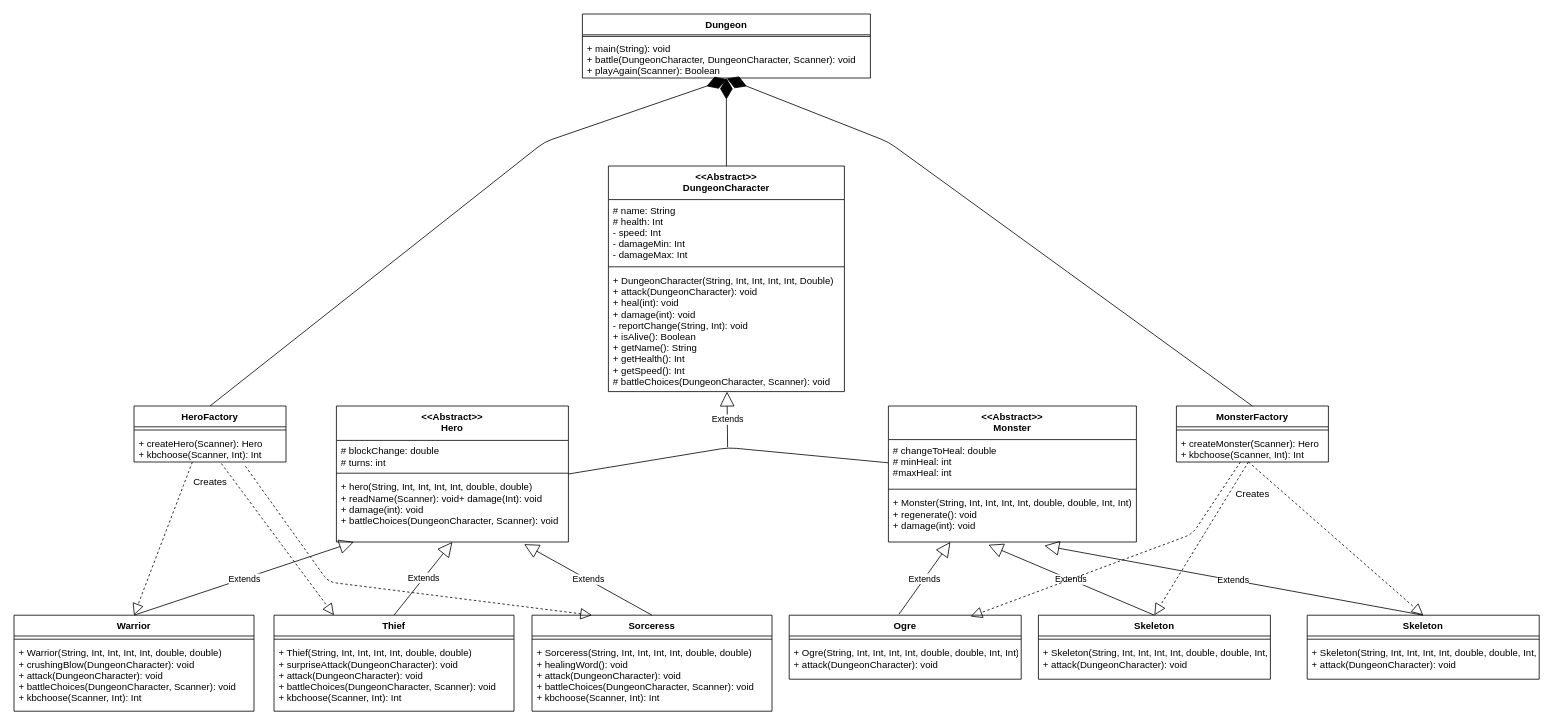
Before: Dungeon_UML.drawio in RaikiriR/designpatterns, a draw.io diagram. Source tidied: cells renumbered, new cells numbered last; positions are measured from the earlier drawing's top-left corner, leaving out a move shared by most shapes. Both pictures are drawn from the tidied source at 80%, with x=0, y=0 at pixel (14, 14).
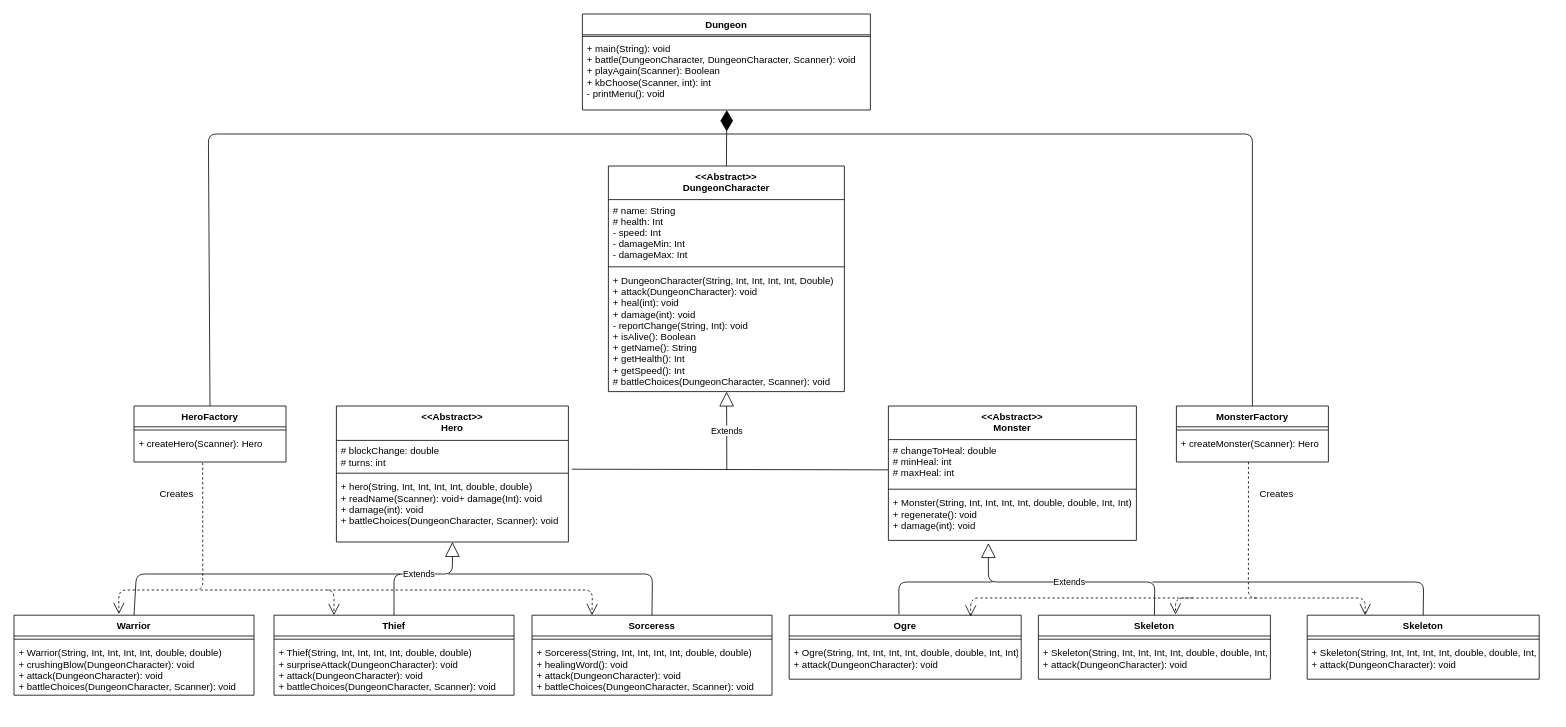
The same diagram, later.

Unchanged cells that the change refers to:
```xml
<mxCell id="5" value="&lt;&lt;Abstract&gt;&gt;&#10;DungeonCharacter" style="swimlane;fontStyle=1;align=center;verticalAlign=top;horizontal=1;startSize=42;" parent="1" vertex="1">
  <mxGeometry x="743" y="190" width="295" height="282" as="geometry" />
</mxCell>
<mxCell id="8" value="+ DungeonCharacter(String, Int, Int, Int, Int, Double)&#10;+ attack(DungeonCharacter): void&#10;+ heal(int): void&#10;+ damage(int): void&#10;- reportChange(String, Int): void&#10;+ isAlive(): Boolean&#10;+ getName(): String&#10;+ getHealth(): Int&#10;+ getSpeed(): Int&#10;# battleChoices(DungeonCharacter, Scanner): void&#10;" style="text;strokeColor=none;fillColor=none;align=left;verticalAlign=top;spacingLeft=4;spacingRight=4;overflow=hidden;points=[[0,0.5],[1,0.5]];portConstraint=eastwest;" parent="5" vertex="1">
  <mxGeometry y="130" width="295" height="152" as="geometry" />
</mxCell>
<mxCell id="9" value="&lt;&lt;Abstract&gt;&gt;&#10;Hero" style="swimlane;fontStyle=1;align=center;verticalAlign=top;horizontal=1;startSize=43;" parent="1" vertex="1">
  <mxGeometry x="403" y="490" width="290" height="170" as="geometry" />
</mxCell>
<mxCell id="10" value="# blockChange: double&#10;# turns: int&#10;" style="text;strokeColor=none;fillColor=none;align=left;verticalAlign=top;spacingLeft=4;spacingRight=4;overflow=hidden;points=[[0,0.5],[1,0.5]];portConstraint=eastwest;" parent="9" vertex="1">
  <mxGeometry y="43" width="290" height="37" as="geometry" />
</mxCell>
<mxCell id="12" value="+ hero(String, Int, Int, Int, Int, double, double)&#10;+ readName(Scanner): void+ damage(Int): void&#10;+ damage(int): void&#10;+ battleChoices(DungeonCharacter, Scanner): void&#10;" style="text;strokeColor=none;fillColor=none;align=left;verticalAlign=top;spacingLeft=4;spacingRight=4;overflow=hidden;points=[[0,0.5],[1,0.5]];portConstraint=eastwest;" parent="9" vertex="1">
  <mxGeometry y="88" width="290" height="82" as="geometry" />
</mxCell>
<mxCell id="26" value="Ogre" style="swimlane;fontStyle=1;align=center;verticalAlign=top;horizontal=1;startSize=26;" parent="1" vertex="1">
  <mxGeometry x="969" y="751.5" width="290" height="80" as="geometry" />
</mxCell>
<mxCell id="29" value="Skeleton" style="swimlane;fontStyle=1;align=center;verticalAlign=top;horizontal=1;startSize=26;" parent="1" vertex="1">
  <mxGeometry x="1280.5" y="751.5" width="290" height="80" as="geometry" />
</mxCell>
<mxCell id="32" value="Skeleton" style="swimlane;fontStyle=1;align=center;verticalAlign=top;horizontal=1;startSize=26;" parent="1" vertex="1">
  <mxGeometry x="1616.5" y="751.5" width="290" height="80" as="geometry" />
</mxCell>
<mxCell id="35" value="HeroFactory" style="swimlane;fontStyle=1;align=center;verticalAlign=top;horizontal=1;startSize=26;" parent="1" vertex="1">
  <mxGeometry x="150" y="490" width="190" height="70" as="geometry" />
</mxCell>
<mxCell id="38" value="MonsterFactory" style="swimlane;fontStyle=1;align=center;verticalAlign=top;horizontal=1;startSize=26;" parent="1" vertex="1">
  <mxGeometry x="1453" y="490" width="190" height="70" as="geometry" />
</mxCell>
```

What changed in the source:
```diff
@@
     <mxCell id="2" value="Dungeon" style="swimlane;fontStyle=1;align=center;verticalAlign=top;horizontal=1;startSize=26;" parent="1" vertex="1">
-      <mxGeometry x="710.5" width="360" height="80" as="geometry" />
+      <mxGeometry x="710.5" width="360" height="120" as="geometry" />
     </mxCell>
@@
-    <mxCell id="4" value="+ main(String): void&#10;+ battle(DungeonCharacter, DungeonCharacter, Scanner): void&#10;+ playAgain(Scanner): Boolean" style="text;strokeColor=none;fillColor=none;align=left;verticalAlign=top;spacingLeft=4;spacingRight=4;overflow=hidden;" parent="2" vertex="1">
-      <mxGeometry y="30" width="360" height="50" as="geometry" />
+    <mxCell id="4" value="+ main(String): void&#10;+ battle(DungeonCharacter, DungeonCharacter, Scanner): void&#10;+ playAgain(Scanner): Boolean&#10;+ kbChoose(Scanner, int): int&#10;- printMenu(): void&#10;" style="text;strokeColor=none;fillColor=none;align=left;verticalAlign=top;spacingLeft=4;spacingRight=4;overflow=hidden;" parent="2" vertex="1">
+      <mxGeometry y="30" width="360" height="90" as="geometry" />
     </mxCell>
@@
     <mxCell id="13" value="&lt;&lt;Abstract&gt;&gt;&#10;Monster" style="swimlane;fontStyle=1;align=center;verticalAlign=top;horizontal=1;startSize=42;" parent="1" vertex="1">
-      <mxGeometry x="1093" y="490" width="310" height="170" as="geometry" />
+      <mxGeometry x="1093" y="490" width="310" height="168" as="geometry" />
     </mxCell>
-    <mxCell id="14" value="# changeToHeal: double&#10;# minHeal: int&#10;#maxHeal: int&#10;" style="text;strokeColor=none;fillColor=none;align=left;verticalAlign=top;spacingLeft=4;spacingRight=4;overflow=hidden;points=[[0,0.5],[1,0.5]];portConstraint=eastwest;" parent="13" vertex="1">
+    <mxCell id="14" value="# changeToHeal: double&#10;# minHeal: int&#10;# maxHeal: int&#10;" style="text;strokeColor=none;fillColor=none;align=left;verticalAlign=top;spacingLeft=4;spacingRight=4;overflow=hidden;points=[[0,0.5],[1,0.5]];portConstraint=eastwest;" parent="13" vertex="1">
       <mxGeometry y="42" width="310" height="58" as="geometry" />
     </mxCell>
@@
     <mxCell id="16" value="+ Monster(String, Int, Int, Int, Int, double, double, Int, Int)&#10;+ regenerate(): void&#10;+ damage(int): void&#10;" style="text;strokeColor=none;fillColor=none;align=left;verticalAlign=top;spacingLeft=4;spacingRight=4;overflow=hidden;points=[[0,0.5],[1,0.5]];portConstraint=eastwest;" parent="13" vertex="1">
-      <mxGeometry y="108" width="310" height="62" as="geometry" />
+      <mxGeometry y="108" width="310" height="60" as="geometry" />
     </mxCell>
     <mxCell id="17" value="Warrior" style="swimlane;fontStyle=1;align=center;verticalAlign=top;horizontal=1;startSize=26;" parent="1" vertex="1">
-      <mxGeometry y="751.5" width="300" height="120" as="geometry" />
+      <mxGeometry y="751.5" width="300" height="100" as="geometry" />
     </mxCell>
@@
-    <mxCell id="19" value="+ Warrior(String, Int, Int, Int, Int, double, double)&#10;+ crushingBlow(DungeonCharacter): void&#10;+ attack(DungeonCharacter): void&#10;+ battleChoices(DungeonCharacter, Scanner): void&#10;+ kbchoose(Scanner, Int): Int&#10;" style="text;strokeColor=none;fillColor=none;align=left;verticalAlign=top;spacingLeft=4;spacingRight=4;overflow=hidden;" parent="17" vertex="1">
-      <mxGeometry y="34" width="300" height="86" as="geometry" />
+    <mxCell id="19" value="+ Warrior(String, Int, Int, Int, Int, double, double)&#10;+ crushingBlow(DungeonCharacter): void&#10;+ attack(DungeonCharacter): void&#10;+ battleChoices(DungeonCharacter, Scanner): void&#10;" style="text;strokeColor=none;fillColor=none;align=left;verticalAlign=top;spacingLeft=4;spacingRight=4;overflow=hidden;" parent="17" vertex="1">
+      <mxGeometry y="34" width="300" height="66" as="geometry" />
     </mxCell>
     <mxCell id="20" value="Sorceress" style="swimlane;fontStyle=1;align=center;verticalAlign=top;horizontal=1;startSize=26;" parent="1" vertex="1">
-      <mxGeometry x="647.5" y="751.5" width="300" height="120" as="geometry" />
+      <mxGeometry x="647.5" y="751.5" width="300" height="100" as="geometry" />
     </mxCell>
@@
-    <mxCell id="22" value="+ Sorceress(String, Int, Int, Int, Int, double, double)&#10;+ healingWord(): void&#10;+ attack(DungeonCharacter): void&#10;+ battleChoices(DungeonCharacter, Scanner): void&#10;+ kbchoose(Scanner, Int): Int&#10;" style="text;strokeColor=none;fillColor=none;align=left;verticalAlign=top;spacingLeft=4;spacingRight=4;overflow=hidden;" parent="20" vertex="1">
-      <mxGeometry y="34" width="300" height="86" as="geometry" />
+    <mxCell id="22" value="+ Sorceress(String, Int, Int, Int, Int, double, double)&#10;+ healingWord(): void&#10;+ attack(DungeonCharacter): void&#10;+ battleChoices(DungeonCharacter, Scanner): void&#10;" style="text;strokeColor=none;fillColor=none;align=left;verticalAlign=top;spacingLeft=4;spacingRight=4;overflow=hidden;" parent="20" vertex="1">
+      <mxGeometry y="34" width="300" height="66" as="geometry" />
     </mxCell>
     <mxCell id="23" value="Thief" style="swimlane;fontStyle=1;align=center;verticalAlign=top;horizontal=1;startSize=26;" parent="1" vertex="1">
-      <mxGeometry x="325" y="751.5" width="300" height="120" as="geometry" />
+      <mxGeometry x="325" y="751.5" width="300" height="100" as="geometry" />
     </mxCell>
@@
-    <mxCell id="25" value="+ Thief(String, Int, Int, Int, Int, double, double)&#10;+ surpriseAttack(DungeonCharacter): void&#10;+ attack(DungeonCharacter): void&#10;+ battleChoices(DungeonCharacter, Scanner): void&#10;+ kbchoose(Scanner, Int): Int&#10;" style="text;strokeColor=none;fillColor=none;align=left;verticalAlign=top;spacingLeft=4;spacingRight=4;overflow=hidden;" parent="23" vertex="1">
-      <mxGeometry y="34" width="300" height="86" as="geometry" />
+    <mxCell id="25" value="+ Thief(String, Int, Int, Int, Int, double, double)&#10;+ surpriseAttack(DungeonCharacter): void&#10;+ attack(DungeonCharacter): void&#10;+ battleChoices(DungeonCharacter, Scanner): void&#10;" style="text;strokeColor=none;fillColor=none;align=left;verticalAlign=top;spacingLeft=4;spacingRight=4;overflow=hidden;" parent="23" vertex="1">
+      <mxGeometry y="34" width="300" height="66" as="geometry" />
     </mxCell>
@@
-    <mxCell id="37" value="+ createHero(Scanner): Hero&#10;+ kbchoose(Scanner, Int): Int&#10;" style="text;strokeColor=none;fillColor=none;align=left;verticalAlign=top;spacingLeft=4;spacingRight=4;overflow=hidden;points=[[0,0.5],[1,0.5]];portConstraint=eastwest;" parent="35" vertex="1">
+    <mxCell id="37" value="+ createHero(Scanner): Hero&#10;" style="text;strokeColor=none;fillColor=none;align=left;verticalAlign=top;spacingLeft=4;spacingRight=4;overflow=hidden;points=[[0,0.5],[1,0.5]];portConstraint=eastwest;" parent="35" vertex="1">
       <mxGeometry y="34" width="190" height="36" as="geometry" />
     </mxCell>
@@
-    <mxCell id="40" value="+ createMonster(Scanner): Hero&#10;+ kbchoose(Scanner, Int): Int&#10;" style="text;strokeColor=none;fillColor=none;align=left;verticalAlign=top;spacingLeft=4;spacingRight=4;overflow=hidden;points=[[0,0.5],[1,0.5]];portConstraint=eastwest;" parent="38" vertex="1">
+    <mxCell id="40" value="+ createMonster(Scanner): Hero&#10;" style="text;strokeColor=none;fillColor=none;align=left;verticalAlign=top;spacingLeft=4;spacingRight=4;overflow=hidden;points=[[0,0.5],[1,0.5]];portConstraint=eastwest;" parent="38" vertex="1">
       <mxGeometry y="34" width="190" height="36" as="geometry" />
     </mxCell>
-    <mxCell id="41" style="endArrow=diamondThin;endFill=1;endSize=24;html=1;entryX=0.5;entryY=1;entryDx=0;entryDy=0;exitX=0.5;exitY=0;exitDx=0;exitDy=0;" parent="1" edge="1" source="5" target="2">
-      <mxGeometry relative="1" as="geometry" />
+    <mxCell id="41" style="endArrow=diamondThin;endFill=1;endSize=24;html=1;exitX=0.5;exitY=0;exitDx=0;exitDy=0;" parent="1" edge="1" source="5">
+      <mxGeometry relative="1" as="geometry">
+        <mxPoint x="891" y="120" as="targetPoint" />
+      </mxGeometry>
     </mxCell>
-    <mxCell id="42" style="endArrow=diamondThin;endFill=1;endSize=24;html=1;exitX=0.5;exitY=0;exitDx=0;exitDy=0;" parent="1" edge="1" source="38">
+    <mxCell id="42" style="endArrow=none;endFill=0;endSize=24;html=1;exitX=0.5;exitY=0;exitDx=0;exitDy=0;" parent="1" edge="1" source="38">
       <mxGeometry relative="1" as="geometry">
-        <mxPoint x="891" y="80.5" as="targetPoint" />
+        <mxPoint x="891" y="150" as="targetPoint" />
         <Array as="points">
-          <mxPoint x="1093" y="160" />
+          <mxPoint x="1548" y="150" />
         </Array>
       </mxGeometry>
     </mxCell>
-    <mxCell id="43" style="endArrow=diamondThin;endFill=1;endSize=24;html=1;exitX=0.5;exitY=0;exitDx=0;exitDy=0;" parent="1" edge="1" source="35">
+    <mxCell id="43" style="endArrow=none;endFill=0;endSize=24;html=1;exitX=0.5;exitY=0;exitDx=0;exitDy=0;" parent="1" edge="1" source="35">
       <mxGeometry relative="1" as="geometry">
-        <mxPoint x="891" y="81.5" as="targetPoint" />
+        <mxPoint x="891" y="150" as="targetPoint" />
         <Array as="points">
-          <mxPoint x="663" y="160" />
+          <mxPoint x="243" y="150" />
         </Array>
       </mxGeometry>
     </mxCell>
-    <mxCell id="44" value="Extends" style="endArrow=block;endSize=16;endFill=0;html=1;exitX=0.5;exitY=0;exitDx=0;exitDy=0;" parent="1" edge="1" source="17" target="12">
-      <mxGeometry relative="1" as="geometry" />
+    <mxCell id="44" style="endArrow=none;endSize=16;endFill=0;html=1;exitX=0.5;exitY=0;exitDx=0;exitDy=0;" parent="1" edge="1" source="17">
+      <mxGeometry relative="1" as="geometry">
+        <mxPoint x="483" y="700" as="targetPoint" />
+        <Array as="points">
+          <mxPoint x="153" y="700" />
+        </Array>
+      </mxGeometry>
     </mxCell>
     <mxCell id="45" value="Extends" style="endArrow=block;endSize=16;endFill=0;html=1;exitX=0.5;exitY=0;exitDx=0;exitDy=0;entryX=0.5;entryY=1;entryDx=0;entryDy=0;" parent="1" edge="1" source="23" target="9">
-      <mxGeometry relative="1" as="geometry" />
+      <mxGeometry relative="1" as="geometry">
+        <Array as="points">
+          <mxPoint x="475" y="700" />
+          <mxPoint x="548" y="700" />
+        </Array>
+      </mxGeometry>
     </mxCell>
-    <mxCell id="46" value="Extends" style="endArrow=block;endSize=16;endFill=0;html=1;exitX=0.5;exitY=0;exitDx=0;exitDy=0;entryX=0.809;entryY=1.033;entryDx=0;entryDy=0;entryPerimeter=0;" parent="1" edge="1" source="20" target="12">
-      <mxGeometry relative="1" as="geometry" />
+    <mxCell id="46" style="endArrow=none;endSize=16;endFill=0;html=1;exitX=0.5;exitY=0;exitDx=0;exitDy=0;" parent="1" edge="1" source="20">
+      <mxGeometry x="-0.02" y="-24" relative="1" as="geometry">
+        <mxPoint x="543" y="700" as="targetPoint" />
+        <Array as="points">
+          <mxPoint x="798" y="700" />
+        </Array>
+      </mxGeometry>
     </mxCell>
-    <mxCell id="47" value="Extends" style="endArrow=block;endSize=16;endFill=0;html=1;exitX=0.473;exitY=-0.014;exitDx=0;exitDy=0;entryX=0.25;entryY=1;entryDx=0;entryDy=0;exitPerimeter=0;" parent="1" edge="1" source="26" target="13">
-      <mxGeometry relative="1" as="geometry" />
+    <mxCell id="47" style="endArrow=none;endSize=16;endFill=0;html=1;exitX=0.473;exitY=-0.014;exitDx=0;exitDy=0;exitPerimeter=0;" parent="1" edge="1" source="26">
+      <mxGeometry relative="1" as="geometry">
+        <mxPoint x="1223" y="710" as="targetPoint" />
+        <Array as="points">
+          <mxPoint x="1106" y="710" />
+        </Array>
+      </mxGeometry>
     </mxCell>
     <mxCell id="48" value="Extends" style="endArrow=block;endSize=16;endFill=0;html=1;exitX=0.5;exitY=0;exitDx=0;exitDy=0;entryX=0.403;entryY=1.056;entryDx=0;entryDy=0;entryPerimeter=0;" parent="1" edge="1" source="29" target="16">
-      <mxGeometry relative="1" as="geometry" />
+      <mxGeometry relative="1" as="geometry">
+        <Array as="points">
+          <mxPoint x="1426" y="710" />
+          <mxPoint x="1218" y="710" />
+        </Array>
+      </mxGeometry>
     </mxCell>
-    <mxCell id="49" value="Extends" style="endArrow=block;endSize=16;endFill=0;html=1;exitX=0.5;exitY=0;exitDx=0;exitDy=0;entryX=0.629;entryY=1.073;entryDx=0;entryDy=0;entryPerimeter=0;" parent="1" edge="1" source="32" target="16">
-      <mxGeometry relative="1" as="geometry" />
+    <mxCell id="49" style="endArrow=none;endSize=16;endFill=0;html=1;exitX=0.5;exitY=0;exitDx=0;exitDy=0;" parent="1" edge="1" source="32">
+      <mxGeometry relative="1" as="geometry">
+        <mxPoint x="1423" y="710" as="targetPoint" />
+        <Array as="points">
+          <mxPoint x="1762" y="710" />
+        </Array>
+      </mxGeometry>
     </mxCell>
     <mxCell id="50" value="Extends" style="endArrow=block;endSize=16;endFill=0;html=1;" parent="1" edge="1" target="8">
       <mxGeometry relative="1" as="geometry">
-        <mxPoint x="892" y="541.5" as="sourcePoint" />
+        <mxPoint x="891" y="570" as="sourcePoint" />
       </mxGeometry>
     </mxCell>
-    <mxCell id="51" style="endArrow=none;endFill=0;endSize=24;html=1;strokeColor=#000000;exitX=1;exitY=0.5;exitDx=0;exitDy=0;entryX=0;entryY=0.5;entryDx=0;entryDy=0;" parent="1" edge="1" source="9" target="14">
-      <mxGeometry relative="1" as="geometry">
-        <Array as="points">
-          <mxPoint x="893" y="542" />
-        </Array>
-      </mxGeometry>
+    <mxCell id="51" style="endArrow=none;endFill=0;endSize=24;html=1;strokeColor=#000000;exitX=1.015;exitY=0.973;exitDx=0;exitDy=0;entryX=-0.001;entryY=0.652;entryDx=0;entryDy=0;entryPerimeter=0;exitPerimeter=0;" parent="1" edge="1" source="10" target="14">
+      <mxGeometry relative="1" as="geometry" />
     </mxCell>
-    <mxCell id="52" style="endArrow=block;dashed=1;endFill=0;endSize=12;html=1;exitX=0.474;exitY=1;exitDx=0;exitDy=0;exitPerimeter=0;entryX=0.5;entryY=0;entryDx=0;entryDy=0;" parent="1" edge="1" source="40" target="32">
-      <mxGeometry relative="1" as="geometry" />
+    <mxCell id="52" style="endArrow=open;dashed=1;endFill=0;endSize=12;html=1;exitX=0.474;exitY=1;exitDx=0;exitDy=0;exitPerimeter=0;entryX=0.25;entryY=0;entryDx=0;entryDy=0;" parent="1" edge="1" source="40" target="32">
+      <mxGeometry relative="1" as="geometry">
+        <Array as="points">
+          <mxPoint x="1543" y="730" />
+          <mxPoint x="1689" y="730" />
+        </Array>
+      </mxGeometry>
     </mxCell>
-    <mxCell id="53" style="endArrow=block;dashed=1;endFill=0;endSize=12;html=1;entryX=0.5;entryY=0;entryDx=0;entryDy=0;" parent="1" edge="1" target="29">
+    <mxCell id="53" style="endArrow=open;dashed=1;endFill=0;endSize=12;html=1;entryX=0.591;entryY=-0.011;entryDx=0;entryDy=0;entryPerimeter=0;" parent="1" edge="1" target="29">
       <mxGeometry relative="1" as="geometry">
-        <mxPoint x="1543" y="560" as="sourcePoint" />
+        <mxPoint x="1473" y="730" as="sourcePoint" />
+        <Array as="points">
+          <mxPoint x="1452" y="730" />
+        </Array>
       </mxGeometry>
     </mxCell>
-    <mxCell id="54" style="endArrow=block;dashed=1;endFill=0;endSize=12;html=1;entryX=0.782;entryY=0.021;entryDx=0;entryDy=0;entryPerimeter=0;" parent="1" edge="1" target="26">
+    <mxCell id="54" style="endArrow=open;dashed=1;endFill=0;endSize=12;html=1;entryX=0.782;entryY=0.021;entryDx=0;entryDy=0;entryPerimeter=0;" parent="1" edge="1" target="26">
       <mxGeometry relative="1" as="geometry">
-        <mxPoint x="1533" y="560" as="sourcePoint" />
+        <mxPoint x="1553" y="730" as="sourcePoint" />
         <Array as="points">
-          <mxPoint x="1473" y="650" />
+          <mxPoint x="1196" y="730" />
         </Array>
       </mxGeometry>
     </mxCell>
-    <mxCell id="55" style="endArrow=block;dashed=1;endFill=0;endSize=12;html=1;entryX=0.5;entryY=0;entryDx=0;entryDy=0;exitX=0.384;exitY=1;exitDx=0;exitDy=0;exitPerimeter=0;" parent="1" edge="1" source="37" target="17">
-      <mxGeometry relative="1" as="geometry" />
+    <mxCell id="55" style="endArrow=open;dashed=1;endFill=0;endSize=12;html=1;entryX=0.437;entryY=-0.014;entryDx=0;entryDy=0;exitX=0.452;exitY=1.028;exitDx=0;exitDy=0;exitPerimeter=0;entryPerimeter=0;" parent="1" edge="1" source="37" target="17">
+      <mxGeometry relative="1" as="geometry">
+        <Array as="points">
+          <mxPoint x="236" y="720" />
+          <mxPoint x="131" y="720" />
+        </Array>
+      </mxGeometry>
     </mxCell>
-    <mxCell id="56" style="endArrow=block;dashed=1;endFill=0;endSize=12;html=1;entryX=0.25;entryY=0;entryDx=0;entryDy=0;exitX=0.575;exitY=1.056;exitDx=0;exitDy=0;exitPerimeter=0;" parent="1" edge="1" source="37" target="23">
-      <mxGeometry relative="1" as="geometry" />
+    <mxCell id="56" style="endArrow=open;dashed=1;endFill=0;endSize=12;html=1;entryX=0.25;entryY=0;entryDx=0;entryDy=0;" parent="1" edge="1" target="23">
+      <mxGeometry relative="1" as="geometry">
+        <mxPoint x="233" y="720" as="sourcePoint" />
+        <Array as="points">
+          <mxPoint x="400" y="720" />
+        </Array>
+      </mxGeometry>
     </mxCell>
-    <mxCell id="57" style="endArrow=block;dashed=1;endFill=0;endSize=12;html=1;entryX=0.25;entryY=0;entryDx=0;entryDy=0;exitX=0.733;exitY=1.148;exitDx=0;exitDy=0;exitPerimeter=0;" parent="1" edge="1" source="37" target="20">
+    <mxCell id="57" style="endArrow=open;dashed=1;endFill=0;endSize=12;html=1;entryX=0.25;entryY=0;entryDx=0;entryDy=0;" parent="1" edge="1" target="20">
       <mxGeometry relative="1" as="geometry">
+        <mxPoint x="393" y="720" as="sourcePoint" />
         <Array as="points">
-          <mxPoint x="393" y="710" />
+          <mxPoint x="723" y="720" />
         </Array>
       </mxGeometry>
     </mxCell>
     <mxCell id="58" value="Creates" style="text;html=1;align=center;verticalAlign=middle;" parent="1" vertex="1">
-      <mxGeometry x="1518" y="590" width="60" height="20" as="geometry" />
+      <mxGeometry x="1548" y="590" width="60" height="20" as="geometry" />
     </mxCell>
     <mxCell id="59" value="Creates" style="text;html=1;align=center;verticalAlign=middle;" parent="1" vertex="1">
-      <mxGeometry x="215" y="575" width="60" height="20" as="geometry" />
+      <mxGeometry x="173" y="590" width="60" height="20" as="geometry" />
     </mxCell>
```
